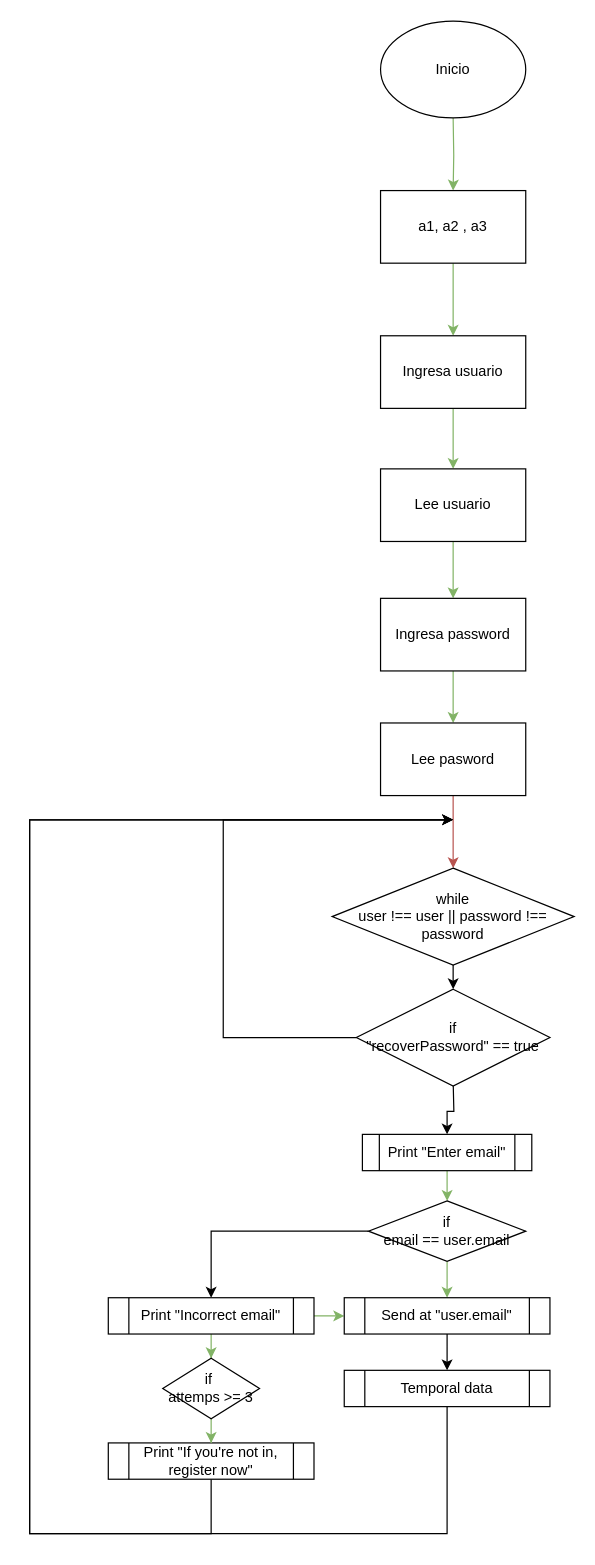
VictorJ-Ch/Cafeteria-Menu keeps this draw.io diagram as Diagrama sin título.drawio. Above is the earlier version. Source tidied: cells renumbered, new cells numbered last; positions are measured from the earlier drawing's top-left corner, leaving out a move shared by most shapes. Both pictures are drawn from the tidied source at 121%, with x=0, y=0 at pixel (29, 21).
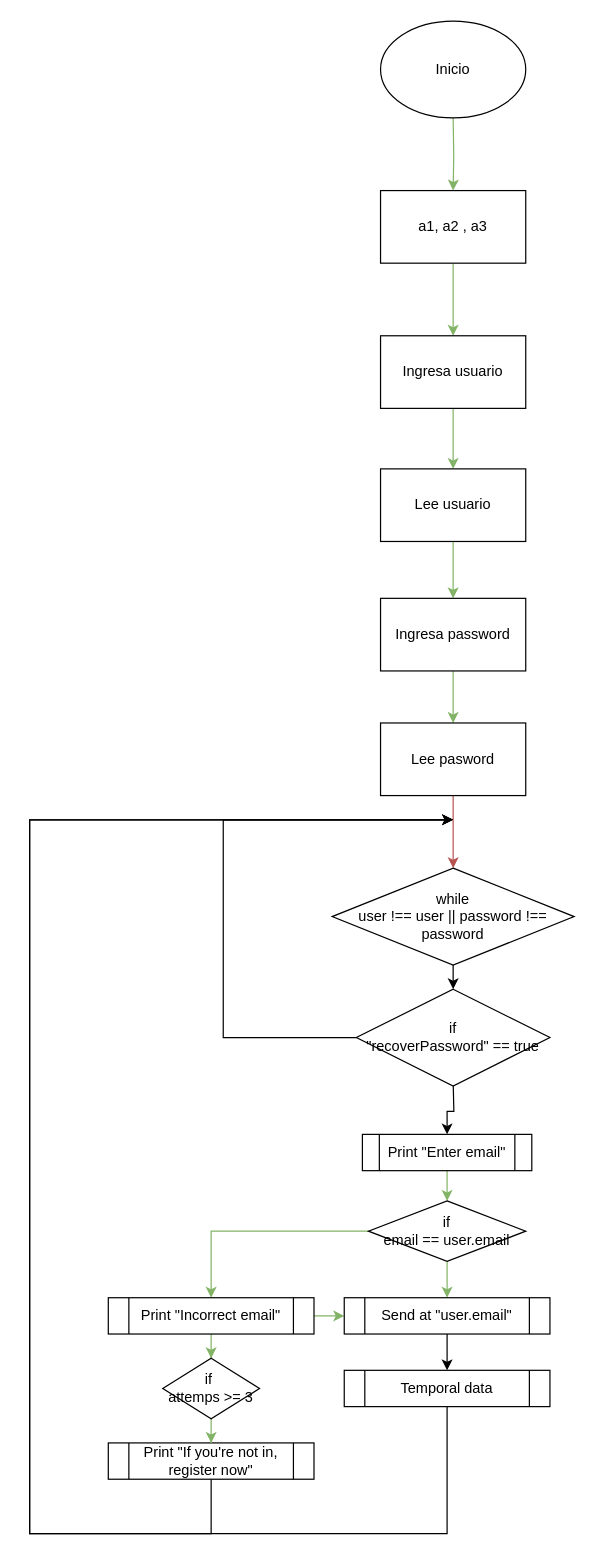
The same diagram, later.

The change refers to these unchanged cells:
```xml
<mxCell id="19" value="if&lt;br&gt;email == user.email" style="rhombus;whiteSpace=wrap;html=1;" parent="1" vertex="1">
  <mxGeometry x="280" y="975" width="130" height="50" as="geometry" />
</mxCell>
<mxCell id="22" value="Print &quot;Incorrect email&quot;" style="shape=process;whiteSpace=wrap;html=1;backgroundOutline=1;" parent="1" vertex="1">
  <mxGeometry x="65" y="1055" width="170" height="30" as="geometry" />
</mxCell>
```

The edit, as a diff of the source:
```diff
@@
-    <mxCell id="17" style="edgeStyle=orthogonalEdgeStyle;rounded=0;jettySize=auto;html=1;entryX=0.5;entryY=0;entryDx=0;entryDy=0;exitX=0;exitY=0.5;exitDx=0;exitDy=0;" parent="1" edge="1" source="19" target="22">
+    <mxCell id="17" style="edgeStyle=orthogonalEdgeStyle;rounded=0;jettySize=auto;html=1;entryX=0.5;entryY=0;entryDx=0;entryDy=0;exitX=0;exitY=0.5;exitDx=0;exitDy=0;fillColor=#d5e8d4;gradientColor=#97d077;strokeColor=#82b366;" parent="1" edge="1" source="19" target="22">
       <mxGeometry relative="1" as="geometry" />
     </mxCell>
```
